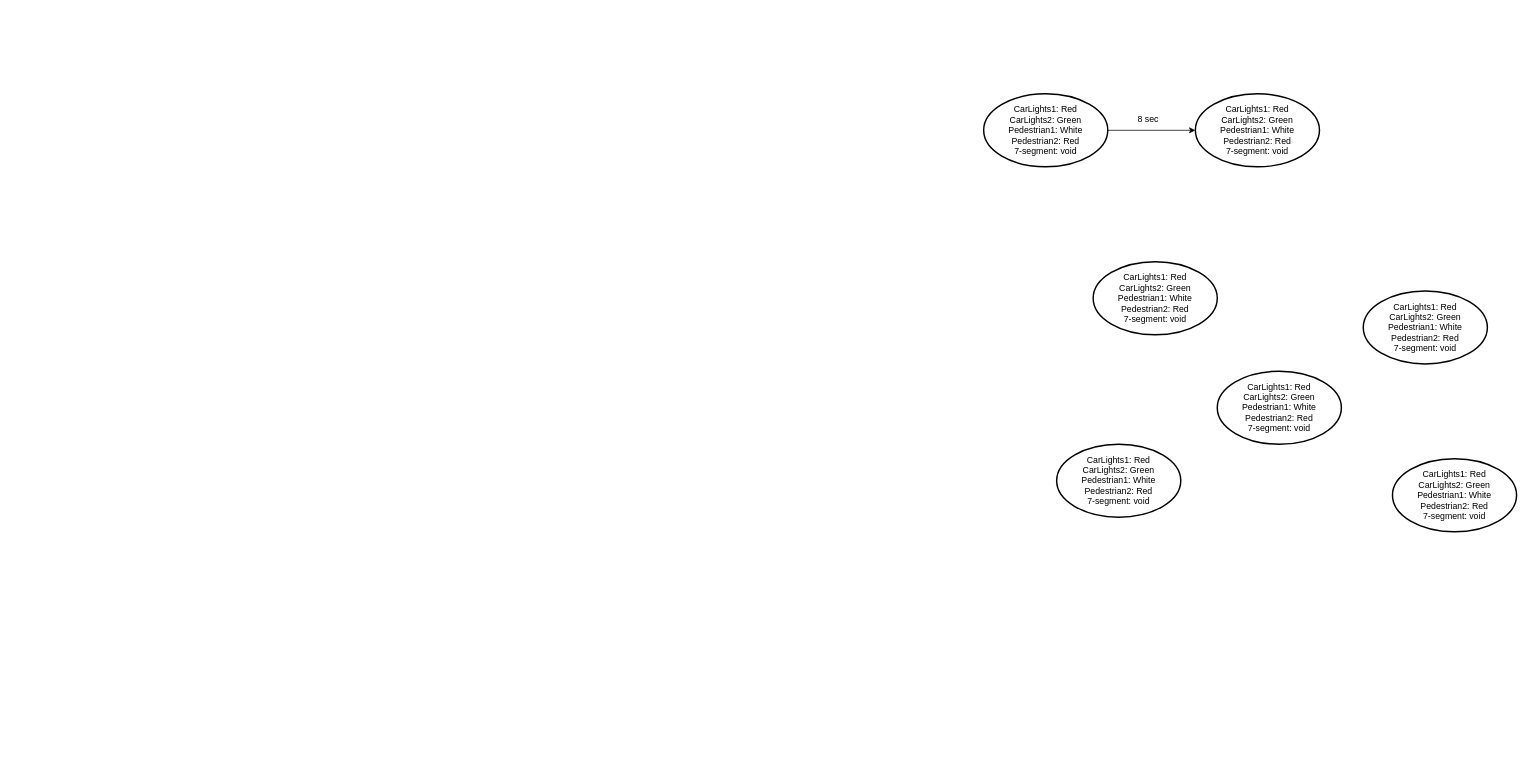
Before: Docs/State_Transition_Diagram.drawio in BlkMambaGod/Arduino-Traffic-Lights, a draw.io diagram. Source tidied: cells renumbered, new cells numbered last; positions are measured from the earlier drawing's top-left corner, leaving out a move shared by most shapes. Both pictures are drawn from the tidied source at 73%, with x=0, y=0 at pixel (983, 93).
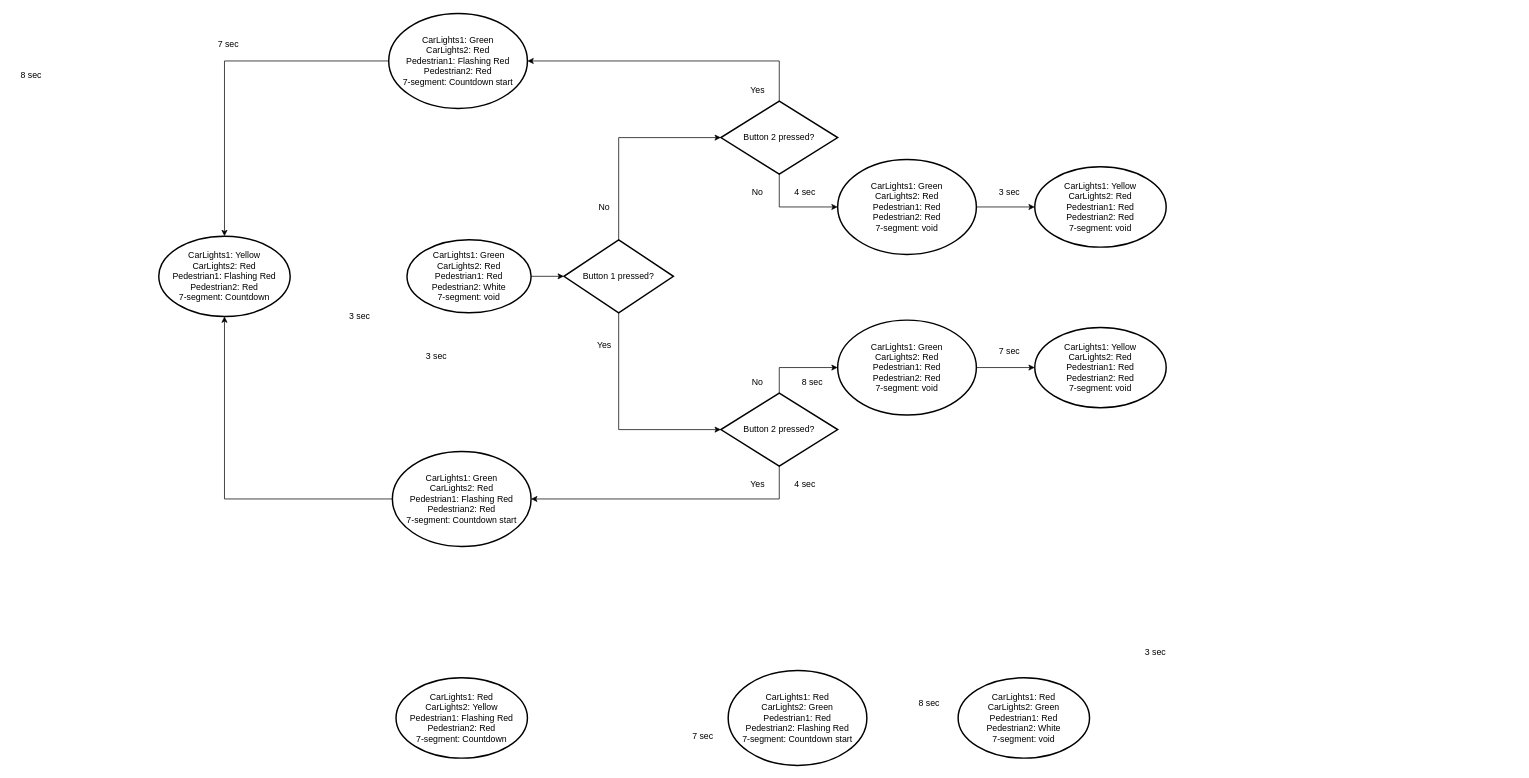
The same page after the edit.

Commit message:
Unsaved state transition diagram added

The edit, as a diff of the source:
```diff
@@
-    <mxCell id="2" value="CarLights1: Red&lt;div&gt;CarLights2: Green&lt;/div&gt;&lt;div&gt;Pedestrian1: White&lt;/div&gt;&lt;div&gt;Pedestrian2: Red&lt;/div&gt;&lt;div&gt;7-segment: void&lt;/div&gt;" style="strokeWidth=2;html=1;shape=mxgraph.flowchart.start_1;whiteSpace=wrap;" parent="1" vertex="1">
-      <mxGeometry width="170" height="100" as="geometry" />
+    <mxCell id="2" value="CarLights1: Green&lt;div&gt;CarLights2: Red&lt;/div&gt;&lt;div&gt;Pedestrian1: Red&lt;/div&gt;&lt;div&gt;Pedestrian2: White&lt;/div&gt;&lt;div&gt;7-segment: void&lt;/div&gt;" style="strokeWidth=2;html=1;shape=mxgraph.flowchart.start_1;whiteSpace=wrap;" parent="1" vertex="1">
+      <mxGeometry x="-790" y="200" width="170" height="100" as="geometry" />
     </mxCell>
-    <mxCell id="3" style="endArrow=classic;html=1;rounded=0;exitX=1;exitY=0.5;exitDx=0;exitDy=0;exitPerimeter=0;entryX=0;entryY=0.5;entryDx=0;entryDy=0;entryPerimeter=0;" parent="1" edge="1" source="2" target="4">
-      <mxGeometry relative="1" as="geometry" />
-    </mxCell>
+    <mxCell id="11" value="3 sec" style="text;html=1;align=center;verticalAlign=middle;strokeColor=none;fillColor=none;" parent="1" vertex="1">
+      <mxGeometry x="210" y="750" width="50" height="30" as="geometry" />
+    </mxCell>
+    <mxCell id="12" value="CarLights1: Red&lt;div&gt;CarLights2: Green&lt;/div&gt;&lt;div&gt;Pedestrian1: Red&lt;/div&gt;&lt;div&gt;Pedestrian2: White&lt;/div&gt;&lt;div&gt;7-segment: void&lt;/div&gt;" style="strokeWidth=2;html=1;shape=mxgraph.flowchart.start_1;whiteSpace=wrap;" parent="1" vertex="1">
+      <mxGeometry x="-35" y="800" width="180" height="110" as="geometry" />
+    </mxCell>
+    <mxCell id="13" value="8 sec" style="text;html=1;align=center;verticalAlign=middle;strokeColor=none;fillColor=none;" parent="1" vertex="1">
+      <mxGeometry x="-100" y="820" width="50" height="30" as="geometry" />
+    </mxCell>
+    <mxCell id="14" value="7 sec" style="text;html=1;align=center;verticalAlign=middle;strokeColor=none;fillColor=none;" parent="1" vertex="1">
+      <mxGeometry x="-410" y="865" width="50" height="30" as="geometry" />
+    </mxCell>
+    <mxCell id="15" value="3 sec" style="text;html=1;align=center;verticalAlign=middle;strokeColor=none;fillColor=none;" parent="1" vertex="1">
+      <mxGeometry x="-775" y="345" width="50" height="30" as="geometry" />
+    </mxCell>
+    <mxCell id="16" value="CarLights1: Red&lt;div&gt;CarLights2: Green&lt;/div&gt;&lt;div&gt;Pedestrian1: Red&lt;/div&gt;&lt;div&gt;Pedestrian2: Flashing Red&lt;/div&gt;&lt;div&gt;7-segment: Countdown start&lt;/div&gt;" style="strokeWidth=2;html=1;shape=mxgraph.flowchart.start_1;whiteSpace=wrap;" parent="1" vertex="1">
+      <mxGeometry x="-350" y="790" width="190" height="130" as="geometry" />
+    </mxCell>
+    <mxCell id="17" value="CarLights1: Red&lt;div&gt;CarLights2:&amp;nbsp;&lt;span style=&quot;background-color: transparent; color: light-dark(rgb(0, 0, 0), rgb(255, 255, 255));&quot;&gt;Yellow&lt;/span&gt;&lt;/div&gt;&lt;div&gt;Pedestrian1: Flashing Red&lt;/div&gt;&lt;div&gt;Pedestrian2: Red&lt;/div&gt;&lt;div&gt;7-segment: Countdown&lt;/div&gt;" style="strokeWidth=2;html=1;shape=mxgraph.flowchart.start_1;whiteSpace=wrap;" parent="1" vertex="1">
+      <mxGeometry x="-805" y="800" width="180" height="110" as="geometry" />
+    </mxCell>
+    <mxCell id="18" value="Button 1 pressed?" style="strokeWidth=2;html=1;shape=mxgraph.flowchart.decision;whiteSpace=wrap;" parent="1" vertex="1">
+      <mxGeometry x="-575" y="200" width="150" height="100" as="geometry" />
+    </mxCell>
+    <mxCell id="19" style="endArrow=classic;html=1;rounded=0;entryX=0;entryY=0.5;entryDx=0;entryDy=0;entryPerimeter=0;exitX=1;exitY=0.5;exitDx=0;exitDy=0;exitPerimeter=0;" parent="1" edge="1" source="2" target="18">
+      <mxGeometry relative="1" as="geometry" />
+    </mxCell>
+    <mxCell id="20" style="endArrow=classic;html=1;rounded=0;exitX=0.5;exitY=0;exitDx=0;exitDy=0;exitPerimeter=0;entryX=0;entryY=0.5;entryDx=0;entryDy=0;entryPerimeter=0;" parent="1" edge="1" source="18" target="42">
+      <mxGeometry relative="1" as="geometry">
+        <Array as="points">
+          <mxPoint x="-500" y="60" />
+        </Array>
+      </mxGeometry>
+    </mxCell>
+    <mxCell id="21" style="endArrow=classic;html=1;rounded=0;exitX=0.5;exitY=1;exitDx=0;exitDy=0;exitPerimeter=0;entryX=0;entryY=0.5;entryDx=0;entryDy=0;entryPerimeter=0;" parent="1" edge="1" source="18" target="30">
+      <mxGeometry relative="1" as="geometry">
+        <Array as="points">
+          <mxPoint x="-500" y="460" />
+        </Array>
+      </mxGeometry>
+    </mxCell>
+    <mxCell id="22" value="No" style="text;html=1;align=center;verticalAlign=middle;strokeColor=none;fillColor=none;" parent="1" vertex="1">
+      <mxGeometry x="-540" y="140" width="40" height="30" as="geometry" />
+    </mxCell>
+    <mxCell id="23" value="Yes" style="text;html=1;align=center;verticalAlign=middle;strokeColor=none;fillColor=none;" parent="1" vertex="1">
+      <mxGeometry x="-540" y="330" width="40" height="30" as="geometry" />
+    </mxCell>
+    <mxCell id="24" value="CarLights1: Green&lt;div&gt;CarLights2: Red&lt;/div&gt;&lt;div&gt;Pedestrian1: Red&lt;/div&gt;&lt;div&gt;Pedestrian2: Red&lt;/div&gt;&lt;div&gt;7-segment: void&lt;/div&gt;" style="strokeWidth=2;html=1;shape=mxgraph.flowchart.start_1;whiteSpace=wrap;" parent="1" vertex="1">
+      <mxGeometry x="-200" y="310" width="190" height="130" as="geometry" />
+    </mxCell>
+    <mxCell id="25" value="CarLights1: Yellow&lt;div&gt;CarLights2: Red&lt;/div&gt;&lt;div&gt;Pedestrian1: Red&lt;/div&gt;&lt;div&gt;Pedestrian2: Red&lt;/div&gt;&lt;div&gt;7-segment: void&lt;/div&gt;" style="strokeWidth=2;html=1;shape=mxgraph.flowchart.start_1;whiteSpace=wrap;" parent="1" vertex="1">
+      <mxGeometry x="70" y="320" width="180" height="110" as="geometry" />
+    </mxCell>
+    <mxCell id="26" value="7 sec" style="text;html=1;align=center;verticalAlign=middle;strokeColor=none;fillColor=none;" parent="1" vertex="1">
+      <mxGeometry x="10" y="338" width="50" height="30" as="geometry" />
+    </mxCell>
+    <mxCell id="27" value="CarLights1: Green&lt;div&gt;CarLights2: Red&lt;/div&gt;&lt;div&gt;Pedestrian1: Flashing Red&lt;/div&gt;&lt;div&gt;Pedestrian2: Red&lt;/div&gt;&lt;div&gt;7-segment: Countdown start&lt;/div&gt;" style="strokeWidth=2;html=1;shape=mxgraph.flowchart.start_1;whiteSpace=wrap;" parent="1" vertex="1">
+      <mxGeometry x="-810" y="490" width="190" height="130" as="geometry" />
+    </mxCell>
+    <mxCell id="28" value="CarLights1: Yellow&lt;div&gt;CarLights2: Red&lt;/div&gt;&lt;div&gt;Pedestrian1: Flashing Red&lt;/div&gt;&lt;div&gt;Pedestrian2: Red&lt;/div&gt;&lt;div&gt;7-segment: Countdown&lt;/div&gt;" style="strokeWidth=2;html=1;shape=mxgraph.flowchart.start_1;whiteSpace=wrap;" parent="1" vertex="1">
+      <mxGeometry x="-1130" y="195" width="180" height="110" as="geometry" />
+    </mxCell>
+    <mxCell id="29" value="3 sec" style="text;html=1;align=center;verticalAlign=middle;strokeColor=none;fillColor=none;" parent="1" vertex="1">
+      <mxGeometry x="-880" y="290" width="50" height="30" as="geometry" />
+    </mxCell>
+    <mxCell id="30" value="Button 2 pressed?" style="strokeWidth=2;html=1;shape=mxgraph.flowchart.decision;whiteSpace=wrap;" parent="1" vertex="1">
+      <mxGeometry x="-360" y="410" width="160" height="100" as="geometry" />
+    </mxCell>
+    <mxCell id="31" style="endArrow=classic;html=1;rounded=0;exitX=0.5;exitY=0;exitDx=0;exitDy=0;exitPerimeter=0;entryX=0;entryY=0.5;entryDx=0;entryDy=0;entryPerimeter=0;" parent="1" edge="1" source="30" target="24">
+      <mxGeometry relative="1" as="geometry">
+        <Array as="points">
+          <mxPoint x="-280" y="375" />
+        </Array>
+      </mxGeometry>
+    </mxCell>
+    <mxCell id="32" style="endArrow=classic;html=1;rounded=0;exitX=1;exitY=0.5;exitDx=0;exitDy=0;exitPerimeter=0;entryX=0;entryY=0.5;entryDx=0;entryDy=0;entryPerimeter=0;" parent="1" edge="1" source="24" target="25">
+      <mxGeometry relative="1" as="geometry" />
+    </mxCell>
+    <mxCell id="33" value="8 sec" style="text;html=1;align=center;verticalAlign=middle;strokeColor=none;fillColor=none;" parent="1" vertex="1">
+      <mxGeometry x="-260" y="380" width="50" height="30" as="geometry" />
+    </mxCell>
+    <mxCell id="34" value="No" style="text;html=1;align=center;verticalAlign=middle;strokeColor=none;fillColor=none;" parent="1" vertex="1">
+      <mxGeometry x="-330" y="380" width="40" height="30" as="geometry" />
+    </mxCell>
+    <mxCell id="35" value="Yes" style="text;html=1;align=center;verticalAlign=middle;strokeColor=none;fillColor=none;" parent="1" vertex="1">
+      <mxGeometry x="-330" y="520" width="40" height="30" as="geometry" />
+    </mxCell>
+    <mxCell id="36" value="4 sec" style="text;html=1;align=center;verticalAlign=middle;strokeColor=none;fillColor=none;" parent="1" vertex="1">
+      <mxGeometry x="-270" y="520" width="50" height="30" as="geometry" />
+    </mxCell>
+    <mxCell id="37" style="group;" parent="1" vertex="1">
+      <mxGeometry x="-360" y="-90" width="610" height="310" as="geometry" />
+    </mxCell>
+    <mxCell id="38" value="CarLights1: Green&lt;div&gt;CarLights2: Red&lt;/div&gt;&lt;div&gt;Pedestrian1: Red&lt;/div&gt;&lt;div&gt;Pedestrian2: Red&lt;/div&gt;&lt;div&gt;7-segment: void&lt;/div&gt;" style="strokeWidth=2;html=1;shape=mxgraph.flowchart.start_1;whiteSpace=wrap;" parent="37" vertex="1">
+      <mxGeometry x="160" y="180" width="190" height="130" as="geometry" />
+    </mxCell>
+    <mxCell id="39" value="CarLights1: Yellow&lt;div&gt;CarLights2: Red&lt;/div&gt;&lt;div&gt;Pedestrian1: Red&lt;/div&gt;&lt;div&gt;Pedestrian2: Red&lt;/div&gt;&lt;div&gt;7-segment: void&lt;/div&gt;" style="strokeWidth=2;html=1;shape=mxgraph.flowchart.start_1;whiteSpace=wrap;" parent="37" vertex="1">
+      <mxGeometry x="430" y="190" width="180" height="110" as="geometry" />
+    </mxCell>
+    <mxCell id="40" style="endArrow=classic;html=1;rounded=0;exitX=1;exitY=0.5;exitDx=0;exitDy=0;exitPerimeter=0;entryX=0;entryY=0.5;entryDx=0;entryDy=0;entryPerimeter=0;" parent="37" edge="1" source="38" target="39">
+      <mxGeometry relative="1" as="geometry" />
+    </mxCell>
+    <mxCell id="41" value="3 sec" style="text;html=1;align=center;verticalAlign=middle;strokeColor=none;fillColor=none;" parent="37" vertex="1">
+      <mxGeometry x="370" y="210" width="50" height="30" as="geometry" />
+    </mxCell>
+    <mxCell id="42" value="Button 2 pressed?" style="strokeWidth=2;html=1;shape=mxgraph.flowchart.decision;whiteSpace=wrap;" parent="37" vertex="1">
+      <mxGeometry y="100" width="160" height="100" as="geometry" />
+    </mxCell>
+    <mxCell id="43" style="endArrow=classic;html=1;rounded=0;exitX=0.5;exitY=1;exitDx=0;exitDy=0;exitPerimeter=0;entryX=0;entryY=0.5;entryDx=0;entryDy=0;entryPerimeter=0;" parent="37" edge="1" source="42" target="38">
+      <mxGeometry relative="1" as="geometry">
+        <Array as="points">
+          <mxPoint x="80" y="245" />
+        </Array>
+      </mxGeometry>
+    </mxCell>
+    <mxCell id="44" value="Yes" style="text;html=1;align=center;verticalAlign=middle;strokeColor=none;fillColor=none;" parent="37" vertex="1">
+      <mxGeometry x="30" y="70" width="40" height="30" as="geometry" />
+    </mxCell>
+    <mxCell id="45" value="No" style="text;html=1;align=center;verticalAlign=middle;strokeColor=none;fillColor=none;" parent="37" vertex="1">
+      <mxGeometry x="30" y="210" width="40" height="30" as="geometry" />
+    </mxCell>
+    <mxCell id="46" value="4 sec" style="text;html=1;align=center;verticalAlign=middle;strokeColor=none;fillColor=none;" parent="37" vertex="1">
+      <mxGeometry x="90" y="210" width="50" height="30" as="geometry" />
+    </mxCell>
-    <mxCell id="4" value="CarLights1: Red&lt;div&gt;CarLights2: Green&lt;/div&gt;&lt;div&gt;Pedestrian1: White&lt;/div&gt;&lt;div&gt;Pedestrian2: Red&lt;/div&gt;&lt;div&gt;7-segment: void&lt;/div&gt;" style="strokeWidth=2;html=1;shape=mxgraph.flowchart.start_1;whiteSpace=wrap;" parent="1" vertex="1">
-      <mxGeometry x="290" width="170" height="100" as="geometry" />
+    <mxCell id="4" value="CarLights1: Green&lt;div&gt;CarLights2: Red&lt;/div&gt;&lt;div&gt;Pedestrian1: Flashing Red&lt;/div&gt;&lt;div&gt;Pedestrian2: Red&lt;/div&gt;&lt;div&gt;7-segment: Countdown start&lt;/div&gt;" style="strokeWidth=2;html=1;shape=mxgraph.flowchart.start_1;whiteSpace=wrap;" parent="1" vertex="1">
+      <mxGeometry x="-815" y="-110" width="190" height="130" as="geometry" />
     </mxCell>
-    <mxCell id="5" value="8 sec" style="text;html=1;align=center;verticalAlign=middle;strokeColor=none;fillColor=none;" parent="1" vertex="1">
-      <mxGeometry x="200" y="20" width="50" height="30" as="geometry" />
-    </mxCell>
-    <mxCell id="6" value="CarLights1: Red&lt;div&gt;CarLights2: Green&lt;/div&gt;&lt;div&gt;Pedestrian1: White&lt;/div&gt;&lt;div&gt;Pedestrian2: Red&lt;/div&gt;&lt;div&gt;7-segment: void&lt;/div&gt;" style="strokeWidth=2;html=1;shape=mxgraph.flowchart.start_1;whiteSpace=wrap;" parent="1" vertex="1">
-      <mxGeometry x="520" y="270" width="170" height="100" as="geometry" />
-    </mxCell>
-    <mxCell id="7" value="CarLights1: Red&lt;div&gt;CarLights2: Green&lt;/div&gt;&lt;div&gt;Pedestrian1: White&lt;/div&gt;&lt;div&gt;Pedestrian2: Red&lt;/div&gt;&lt;div&gt;7-segment: void&lt;/div&gt;" style="strokeWidth=2;html=1;shape=mxgraph.flowchart.start_1;whiteSpace=wrap;" parent="1" vertex="1">
-      <mxGeometry x="320" y="380" width="170" height="100" as="geometry" />
-    </mxCell>
-    <mxCell id="8" value="CarLights1: Red&lt;div&gt;CarLights2: Green&lt;/div&gt;&lt;div&gt;Pedestrian1: White&lt;/div&gt;&lt;div&gt;Pedestrian2: Red&lt;/div&gt;&lt;div&gt;7-segment: void&lt;/div&gt;" style="strokeWidth=2;html=1;shape=mxgraph.flowchart.start_1;whiteSpace=wrap;" parent="1" vertex="1">
-      <mxGeometry x="560" y="500" width="170" height="100" as="geometry" />
-    </mxCell>
-    <mxCell id="9" value="CarLights1: Red&lt;div&gt;CarLights2: Green&lt;/div&gt;&lt;div&gt;Pedestrian1: White&lt;/div&gt;&lt;div&gt;Pedestrian2: Red&lt;/div&gt;&lt;div&gt;7-segment: void&lt;/div&gt;" style="strokeWidth=2;html=1;shape=mxgraph.flowchart.start_1;whiteSpace=wrap;" parent="1" vertex="1">
-      <mxGeometry x="150" y="230" width="170" height="100" as="geometry" />
-    </mxCell>
-    <mxCell id="10" value="CarLights1: Red&lt;div&gt;CarLights2: Green&lt;/div&gt;&lt;div&gt;Pedestrian1: White&lt;/div&gt;&lt;div&gt;Pedestrian2: Red&lt;/div&gt;&lt;div&gt;7-segment: void&lt;/div&gt;" style="strokeWidth=2;html=1;shape=mxgraph.flowchart.start_1;whiteSpace=wrap;" parent="1" vertex="1">
-      <mxGeometry x="100" y="480" width="170" height="100" as="geometry" />
-    </mxCell>
+    <mxCell id="47" value="7 sec" style="text;html=1;align=center;verticalAlign=middle;strokeColor=none;fillColor=none;" parent="1" vertex="1">
+      <mxGeometry x="-1060" y="-82" width="50" height="30" as="geometry" />
+    </mxCell>
+    <mxCell id="48" style="endArrow=classic;html=1;rounded=0;exitX=0.5;exitY=0;exitDx=0;exitDy=0;exitPerimeter=0;entryX=1;entryY=0.5;entryDx=0;entryDy=0;entryPerimeter=0;" parent="1" edge="1" source="42" target="4">
+      <mxGeometry relative="1" as="geometry">
+        <Array as="points">
+          <mxPoint x="-280" y="-45" />
+        </Array>
+      </mxGeometry>
+    </mxCell>
+    <mxCell id="49" style="endArrow=classic;html=1;rounded=0;entryX=0.5;entryY=0;entryDx=0;entryDy=0;entryPerimeter=0;exitX=0;exitY=0.5;exitDx=0;exitDy=0;exitPerimeter=0;" parent="1" edge="1" source="4" target="28">
+      <mxGeometry relative="1" as="geometry">
+        <Array as="points">
+          <mxPoint x="-1040" y="-45" />
+        </Array>
+      </mxGeometry>
+    </mxCell>
+    <mxCell id="50" value="8 sec" style="text;html=1;align=center;verticalAlign=middle;strokeColor=none;fillColor=none;" parent="1" vertex="1">
+      <mxGeometry x="-1330" y="-40" width="50" height="30" as="geometry" />
+    </mxCell>
+    <mxCell id="51" style="endArrow=classic;html=1;rounded=0;entryX=1;entryY=0.5;entryDx=0;entryDy=0;entryPerimeter=0;exitX=0.5;exitY=1;exitDx=0;exitDy=0;exitPerimeter=0;" parent="1" edge="1" source="30" target="27">
+      <mxGeometry relative="1" as="geometry">
+        <Array as="points">
+          <mxPoint x="-280" y="555" />
+        </Array>
+      </mxGeometry>
+    </mxCell>
+    <mxCell id="52" style="endArrow=classic;html=1;rounded=0;exitX=0;exitY=0.5;exitDx=0;exitDy=0;exitPerimeter=0;entryX=0.5;entryY=1;entryDx=0;entryDy=0;entryPerimeter=0;" parent="1" edge="1" source="27" target="28">
+      <mxGeometry relative="1" as="geometry">
+        <Array as="points">
+          <mxPoint x="-1040" y="555" />
+        </Array>
+      </mxGeometry>
+    </mxCell>
```
